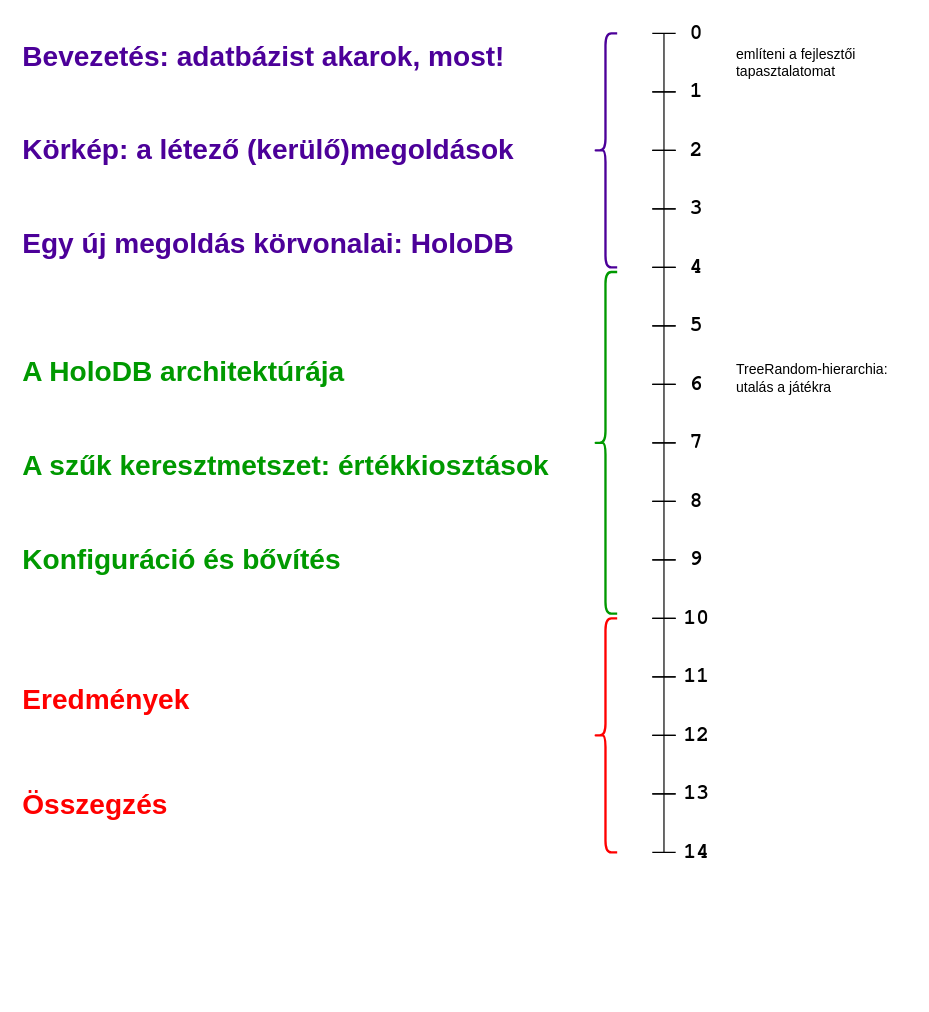
davidsusu/holodb-tdk keeps this draw.io diagram as prez/docs/timeline.drawio. Above is the earlier version. Source tidied: cells renumbered, new cells numbered last; positions are measured from the earlier drawing's top-left corner, leaving out a move shared by most shapes. Both pictures are drawn from the tidied source at 117%, with x=0, y=0 at pixel (20, 21).
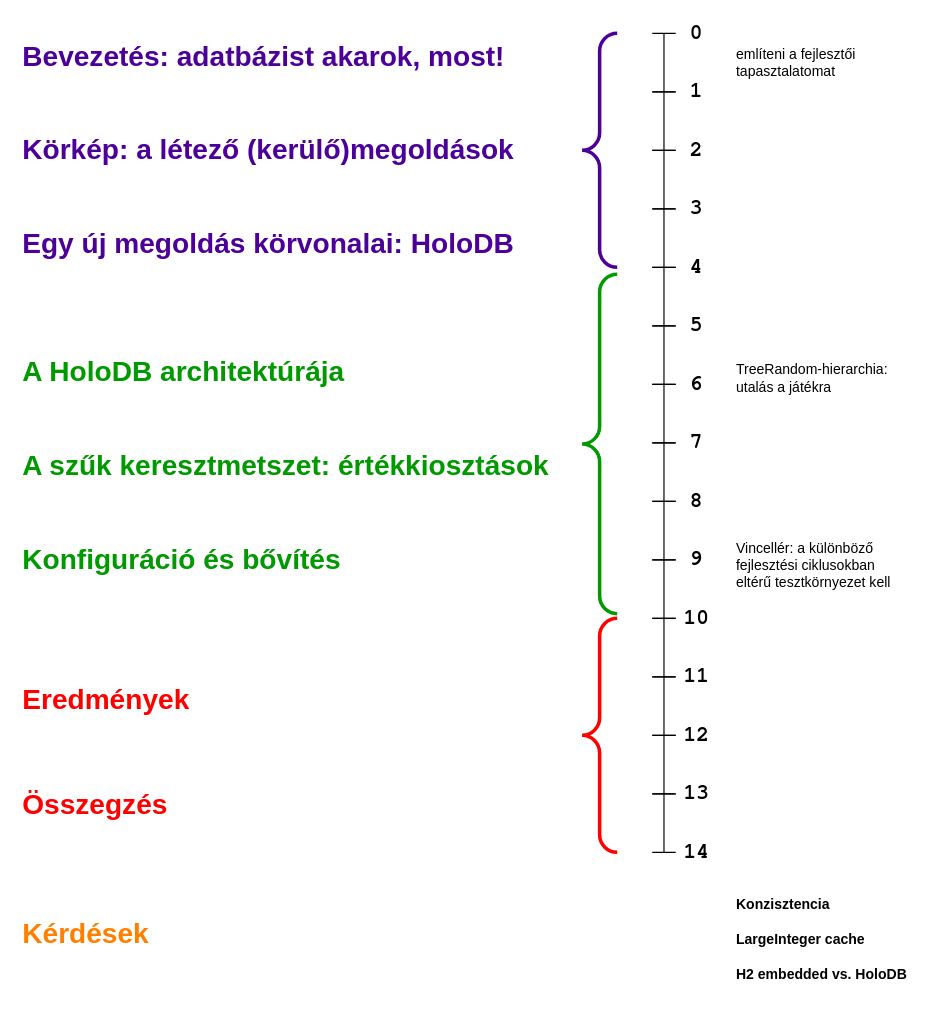
Above is the later version.

The edit, as a diff of the source:
```diff
@@
-    <mxCell id="39" style="shape=curlyBracket;whiteSpace=wrap;html=1;rounded=1;labelPosition=left;verticalLabelPosition=middle;align=right;verticalAlign=middle;strokeWidth=2;size=0.5;strokeColor=#4C0099;" parent="1" vertex="1">
-      <mxGeometry x="490" y="10" width="20" height="200" as="geometry" />
-    </mxCell>
-    <mxCell id="40" style="shape=curlyBracket;whiteSpace=wrap;html=1;rounded=1;labelPosition=left;verticalLabelPosition=middle;align=right;verticalAlign=middle;strokeWidth=2;strokeColor=#009900;" parent="1" vertex="1">
-      <mxGeometry x="490" y="214" width="20" height="292" as="geometry" />
-    </mxCell>
-    <mxCell id="41" style="shape=curlyBracket;whiteSpace=wrap;html=1;rounded=1;labelPosition=left;verticalLabelPosition=middle;align=right;verticalAlign=middle;strokeWidth=2;strokeColor=#FF0000;" parent="1" vertex="1">
-      <mxGeometry x="490" y="510" width="20" height="200" as="geometry" />
-    </mxCell>
@@
+    <mxCell id="44" value="Vincellér: a különböző fejlesztési ciklusokban eltérű tesztkörnyezet kell" style="text;html=1;strokeColor=none;fillColor=none;align=left;verticalAlign=middle;whiteSpace=wrap;rounded=0;" parent="1" vertex="1">
+      <mxGeometry x="610" y="440" width="150" height="50" as="geometry" />
+    </mxCell>
+    <mxCell id="45" style="labelPosition=right;align=left;strokeWidth=3;shape=mxgraph.mockup.markup.curlyBrace;html=1;shadow=0;dashed=0;strokeColor=#4C0099;direction=north;" parent="1" vertex="1">
+      <mxGeometry x="480" y="10" width="30" height="200" as="geometry" />
+    </mxCell>
+    <mxCell id="46" style="labelPosition=right;align=left;strokeWidth=3;shape=mxgraph.mockup.markup.curlyBrace;html=1;shadow=0;dashed=0;strokeColor=#009900;direction=north;" parent="1" vertex="1">
+      <mxGeometry x="480" y="216" width="30" height="290" as="geometry" />
+    </mxCell>
+    <mxCell id="47" style="labelPosition=right;align=left;strokeWidth=3;shape=mxgraph.mockup.markup.curlyBrace;html=1;shadow=0;dashed=0;strokeColor=#FF0000;direction=north;" parent="1" vertex="1">
+      <mxGeometry x="480" y="510" width="30" height="200" as="geometry" />
+    </mxCell>
+    <mxCell id="48" value="Kérdések" style="text;strokeColor=none;fillColor=none;html=1;fontSize=24;fontStyle=1;verticalAlign=middle;align=left;fontColor=#FF8000;" parent="1" vertex="1">
+      <mxGeometry y="760" width="480" height="40" as="geometry" />
+    </mxCell>
+    <mxCell id="49" value="Konzisztencia" style="text;html=1;strokeColor=none;fillColor=none;align=left;verticalAlign=middle;whiteSpace=wrap;rounded=0;fontStyle=1;" parent="1" vertex="1">
+      <mxGeometry x="610" y="740" width="150" height="30" as="geometry" />
+    </mxCell>
+    <mxCell id="50" value="LargeInteger cache" style="text;html=1;strokeColor=none;fillColor=none;align=left;verticalAlign=middle;whiteSpace=wrap;rounded=0;fontStyle=1;" parent="1" vertex="1">
+      <mxGeometry x="610" y="770" width="150" height="30" as="geometry" />
+    </mxCell>
+    <mxCell id="51" value="H2 embedded vs. HoloDB" style="text;html=1;strokeColor=none;fillColor=none;align=left;verticalAlign=middle;whiteSpace=wrap;rounded=0;fontStyle=1;" parent="1" vertex="1">
+      <mxGeometry x="610" y="800" width="150" height="30" as="geometry" />
+    </mxCell>
```
